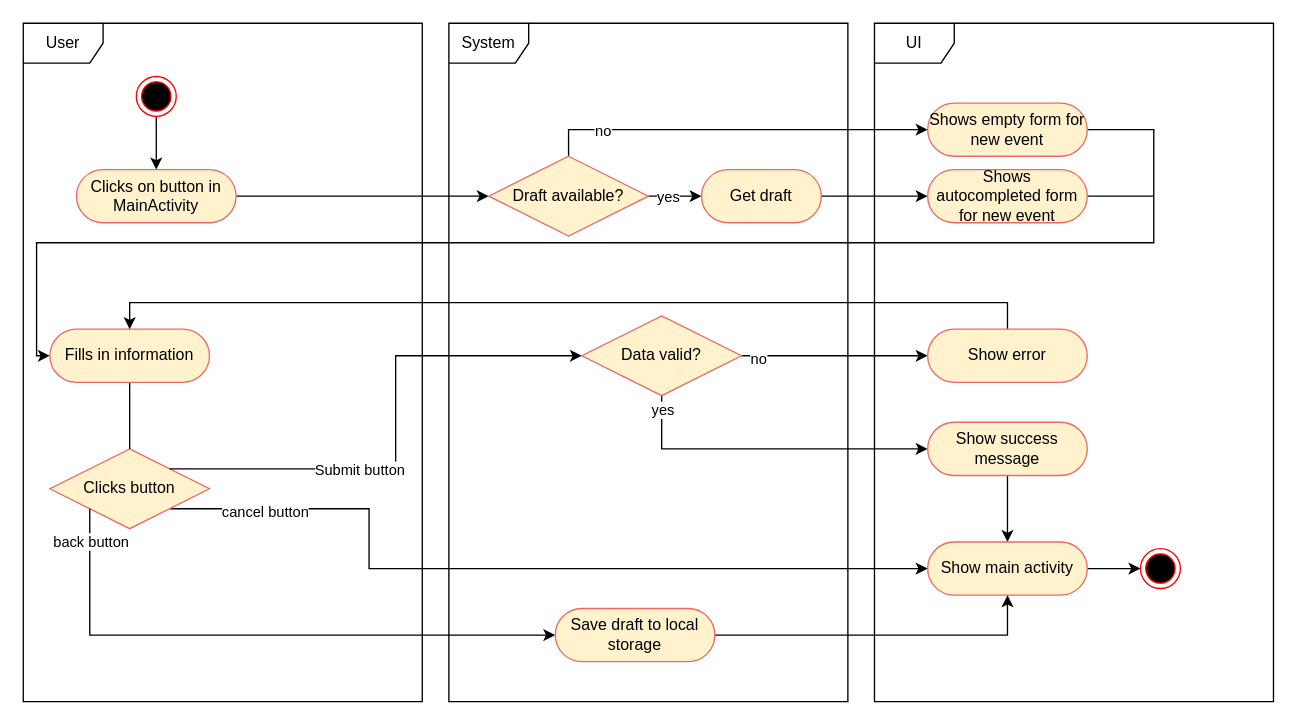
Earlier version of the draw.io diagram UCS/Create Event.drawio (Honrix/PlandoraDocumentation). Source tidied: cells renumbered, new cells numbered last; positions are measured from the earlier drawing's top-left corner, leaving out a move shared by most shapes. Both pictures are drawn from the tidied source at 133%, with x=0, y=0 at pixel (23, 23).
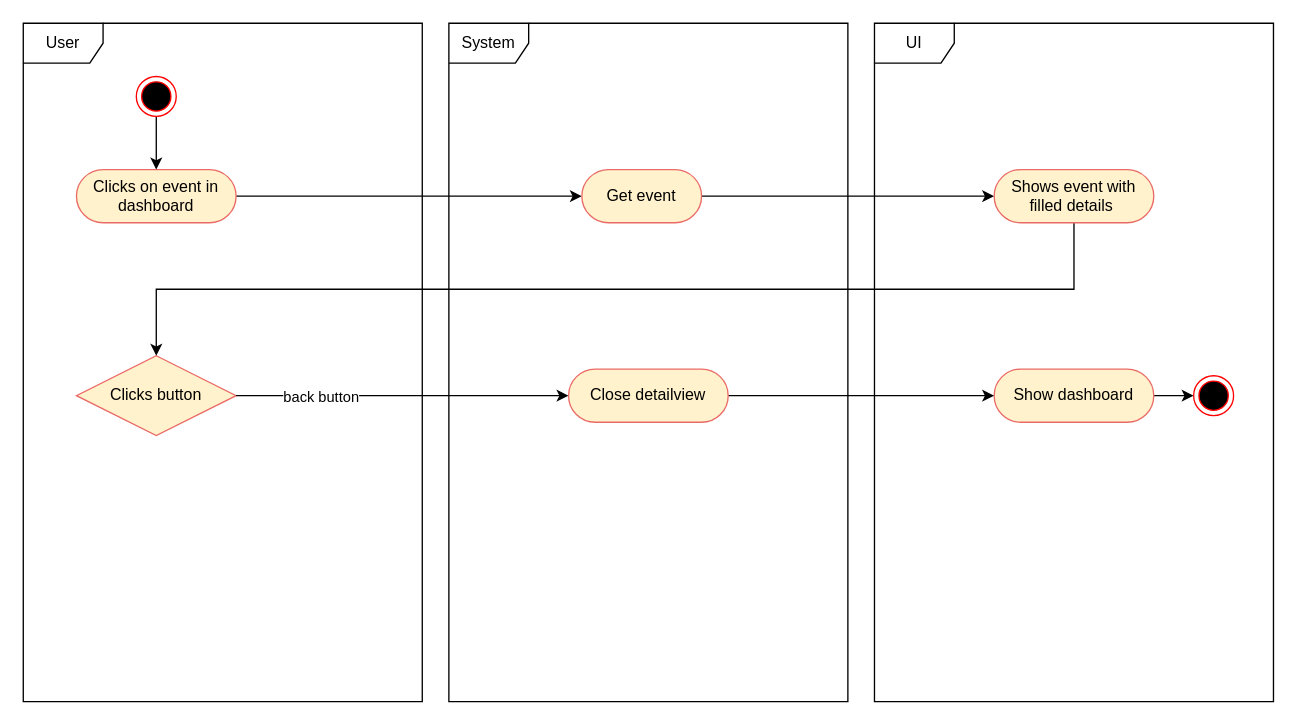
The same diagram, later.

Commit message:
Show Event Details.drawio

Change to the diagram source:
```diff
@@
-    <mxCell id="3" style="edgeStyle=orthogonalEdgeStyle;rounded=0;jettySize=auto;html=1;exitX=1;exitY=1;exitDx=0;exitDy=0;entryX=0;entryY=0.5;entryDx=0;entryDy=0;" parent="1" edge="1" source="5" target="37">
-      <mxGeometry relative="1" as="geometry">
-        <Array as="points">
-          <mxPoint x="260" y="410" />
-        </Array>
-      </mxGeometry>
-    </mxCell>
-    <mxCell id="4" value="cancel button" style="edgeLabel;html=1;align=center;verticalAlign=middle;" parent="3" vertex="1">
-      <mxGeometry x="-0.88" y="-2" relative="1" as="geometry">
-        <mxPoint x="34" as="offset" />
-      </mxGeometry>
-    </mxCell>
     <mxCell id="5" value="Clicks button" style="shape=rhombus;perimeter=rhombusPerimeter;whiteSpace=wrap;html=1;align=center;rounded=0;fillColor=#fff2cc;strokeColor=#EA6B66;" parent="1" vertex="1">
-      <mxGeometry x="20" y="320" width="120" height="60" as="geometry" />
+      <mxGeometry x="40" y="250" width="120" height="60" as="geometry" />
     </mxCell>
@@
-    <mxCell id="7" style="edgeStyle=orthogonalEdgeStyle;rounded=0;jettySize=auto;html=1;entryX=0;entryY=0.5;entryDx=0;entryDy=0;" parent="1" edge="1" source="8" target="18">
+    <mxCell id="7" style="edgeStyle=orthogonalEdgeStyle;rounded=0;jettySize=auto;html=1;entryX=0;entryY=0.5;entryDx=0;entryDy=0;" parent="1" edge="1" source="8" target="20">
       <mxGeometry relative="1" as="geometry" />
     </mxCell>
-    <mxCell id="8" value="Clicks on button in MainActivity" style="rounded=1;whiteSpace=wrap;html=1;arcSize=50;fillColor=#fff2cc;strokeColor=#EA6B66;" parent="1" vertex="1">
+    <mxCell id="8" value="Clicks on event in dashboard" style="rounded=1;whiteSpace=wrap;html=1;arcSize=50;fillColor=#fff2cc;strokeColor=#EA6B66;" parent="1" vertex="1">
       <mxGeometry x="40" y="110" width="120" height="40" as="geometry" />
     </mxCell>
@@
-    <mxCell id="12" style="rounded=0;jettySize=auto;html=1;entryX=0;entryY=0.5;entryDx=0;entryDy=0;exitX=1;exitY=0.5;exitDx=0;exitDy=0;edgeStyle=orthogonalEdgeStyle;" parent="1" edge="1" source="13" target="26">
-      <mxGeometry relative="1" as="geometry">
-        <Array as="points">
-          <mxPoint x="850" y="80" />
-          <mxPoint x="850" y="165" />
-          <mxPoint x="10" y="165" />
-          <mxPoint x="10" y="250" />
-        </Array>
-      </mxGeometry>
-    </mxCell>
-    <mxCell id="13" value="Shows empty form for new event" style="rounded=1;whiteSpace=wrap;html=1;arcSize=50;fillColor=#fff2cc;strokeColor=#EA6B66;" parent="1" vertex="1">
-      <mxGeometry x="680" y="60" width="120" height="40" as="geometry" />
-    </mxCell>
-    <mxCell id="14" style="edgeStyle=orthogonalEdgeStyle;rounded=0;jettySize=auto;html=1;exitX=0.5;exitY=0;exitDx=0;exitDy=0;" parent="1" edge="1" source="18" target="13">
-      <mxGeometry relative="1" as="geometry" />
-    </mxCell>
-    <mxCell id="15" value="no" style="edgeLabel;html=1;align=center;verticalAlign=middle;" parent="14" vertex="1">
-      <mxGeometry x="-0.32" y="1" relative="1" as="geometry">
-        <mxPoint x="-54" y="1" as="offset" />
-      </mxGeometry>
-    </mxCell>
-    <mxCell id="16" style="edgeStyle=orthogonalEdgeStyle;rounded=0;jettySize=auto;html=1;" parent="1" edge="1" source="18" target="20">
-      <mxGeometry relative="1" as="geometry" />
-    </mxCell>
-    <mxCell id="17" value="&lt;div&gt;yes&lt;/div&gt;" style="edgeLabel;html=1;align=center;verticalAlign=middle;" parent="16" vertex="1">
-      <mxGeometry x="-0.4" y="-17" relative="1" as="geometry">
-        <mxPoint x="2" y="-17" as="offset" />
-      </mxGeometry>
-    </mxCell>
-    <mxCell id="18" value="Draft available?" style="shape=rhombus;perimeter=rhombusPerimeter;whiteSpace=wrap;html=1;align=center;rounded=0;fillColor=#fff2cc;strokeColor=#EA6B66;" parent="1" vertex="1">
-      <mxGeometry x="350" y="100" width="120" height="60" as="geometry" />
-    </mxCell>
@@
-    <mxCell id="20" value="Get draft" style="rounded=1;whiteSpace=wrap;html=1;arcSize=50;fillColor=#fff2cc;strokeColor=#EA6B66;" parent="1" vertex="1">
-      <mxGeometry x="510" y="110" width="90" height="40" as="geometry" />
+    <mxCell id="20" value="Get event" style="rounded=1;whiteSpace=wrap;html=1;arcSize=50;fillColor=#fff2cc;strokeColor=#EA6B66;" parent="1" vertex="1">
+      <mxGeometry x="420" y="110" width="90" height="40" as="geometry" />
     </mxCell>
-    <mxCell id="21" style="edgeStyle=orthogonalEdgeStyle;rounded=0;jettySize=auto;html=1;endArrow=none;endFill=0;" parent="1" edge="1" source="22">
-      <mxGeometry relative="1" as="geometry">
-        <mxPoint x="850" y="130" as="targetPoint" />
-      </mxGeometry>
-    </mxCell>
+    <mxCell id="43" style="edgeStyle=orthogonalEdgeStyle;rounded=0;jettySize=auto;html=1;" parent="1" edge="1" source="22" target="5">
+      <mxGeometry relative="1" as="geometry">
+        <Array as="points">
+          <mxPoint x="790" y="200" />
+          <mxPoint x="100" y="200" />
+        </Array>
+      </mxGeometry>
+    </mxCell>
-    <mxCell id="22" value="Shows autocompleted form for new event " style="rounded=1;whiteSpace=wrap;html=1;arcSize=50;fillColor=#fff2cc;strokeColor=#EA6B66;" parent="1" vertex="1">
-      <mxGeometry x="680" y="110" width="120" height="40" as="geometry" />
+    <mxCell id="22" value="Shows event with filled details&amp;nbsp;" style="rounded=1;whiteSpace=wrap;html=1;arcSize=50;fillColor=#fff2cc;strokeColor=#EA6B66;" parent="1" vertex="1">
+      <mxGeometry x="730" y="110" width="120" height="40" as="geometry" />
     </mxCell>
-    <mxCell id="23" style="edgeStyle=orthogonalEdgeStyle;rounded=0;jettySize=auto;html=1;entryX=0;entryY=0.5;entryDx=0;entryDy=0;exitX=1;exitY=0;exitDx=0;exitDy=0;" parent="1" edge="1" source="5" target="31">
-      <mxGeometry relative="1" as="geometry">
-        <Array as="points">
-          <mxPoint x="280" y="335" />
-          <mxPoint x="280" y="250" />
-        </Array>
-      </mxGeometry>
-    </mxCell>
-    <mxCell id="24" value="Submit button" style="edgeLabel;html=1;align=center;verticalAlign=middle;" parent="23" vertex="1">
-      <mxGeometry x="-0.23" y="-2" relative="1" as="geometry">
-        <mxPoint x="-10" y="-2" as="offset" />
-      </mxGeometry>
-    </mxCell>
-    <mxCell id="25" style="edgeStyle=orthogonalEdgeStyle;rounded=0;jettySize=auto;html=1;endArrow=none;endFill=0;" parent="1" edge="1" source="26" target="5">
-      <mxGeometry relative="1" as="geometry" />
-    </mxCell>
-    <mxCell id="26" value="Fills in information" style="rounded=1;whiteSpace=wrap;html=1;arcSize=50;fillColor=#fff2cc;strokeColor=#EA6B66;" parent="1" vertex="1">
-      <mxGeometry x="20" y="230" width="120" height="40" as="geometry" />
-    </mxCell>
-    <mxCell id="27" style="edgeStyle=orthogonalEdgeStyle;rounded=0;jettySize=auto;html=1;entryX=0;entryY=0.5;entryDx=0;entryDy=0;" parent="1" edge="1" source="31" target="33">
-      <mxGeometry relative="1" as="geometry" />
-    </mxCell>
-    <mxCell id="28" value="no" style="edgeLabel;html=1;align=center;verticalAlign=middle;" parent="27" vertex="1">
-      <mxGeometry x="-0.83" y="-2" relative="1" as="geometry" />
-    </mxCell>
-    <mxCell id="29" style="edgeStyle=orthogonalEdgeStyle;rounded=0;jettySize=auto;html=1;entryX=0;entryY=0.5;entryDx=0;entryDy=0;" parent="1" edge="1" source="31" target="35">
-      <mxGeometry relative="1" as="geometry">
-        <Array as="points">
-          <mxPoint x="480" y="320" />
-        </Array>
-      </mxGeometry>
-    </mxCell>
-    <mxCell id="30" value="yes" style="edgeLabel;html=1;align=center;verticalAlign=middle;" parent="29" vertex="1">
-      <mxGeometry x="-0.36" y="-4" relative="1" as="geometry">
-        <mxPoint x="-37" y="-34" as="offset" />
-      </mxGeometry>
-    </mxCell>
-    <mxCell id="31" value="Data valid?" style="shape=rhombus;perimeter=rhombusPerimeter;whiteSpace=wrap;html=1;align=center;rounded=0;fillColor=#fff2cc;strokeColor=#EA6B66;" parent="1" vertex="1">
-      <mxGeometry x="420" y="220" width="120" height="60" as="geometry" />
-    </mxCell>
-    <mxCell id="32" style="edgeStyle=orthogonalEdgeStyle;rounded=0;jettySize=auto;html=1;entryX=0.5;entryY=0;entryDx=0;entryDy=0;" parent="1" edge="1" source="33" target="26">
-      <mxGeometry relative="1" as="geometry">
-        <Array as="points">
-          <mxPoint x="740" y="210" />
-          <mxPoint x="80" y="210" />
-        </Array>
-      </mxGeometry>
-    </mxCell>
-    <mxCell id="33" value="Show error" style="rounded=1;whiteSpace=wrap;html=1;arcSize=50;fillColor=#fff2cc;strokeColor=#EA6B66;" parent="1" vertex="1">
-      <mxGeometry x="680" y="230" width="120" height="40" as="geometry" />
-    </mxCell>
-    <mxCell id="34" style="edgeStyle=orthogonalEdgeStyle;rounded=0;jettySize=auto;html=1;entryX=0.5;entryY=0;entryDx=0;entryDy=0;" parent="1" edge="1" source="35" target="37">
-      <mxGeometry relative="1" as="geometry" />
-    </mxCell>
-    <mxCell id="35" value="Show success message" style="rounded=1;whiteSpace=wrap;html=1;arcSize=50;fillColor=#fff2cc;strokeColor=#EA6B66;" parent="1" vertex="1">
-      <mxGeometry x="680" y="300" width="120" height="40" as="geometry" />
-    </mxCell>
@@
-    <mxCell id="37" value="Show main activity" style="rounded=1;whiteSpace=wrap;html=1;arcSize=50;fillColor=#fff2cc;strokeColor=#EA6B66;" parent="1" vertex="1">
-      <mxGeometry x="680" y="390" width="120" height="40" as="geometry" />
+    <mxCell id="37" value="Show dashboard" style="rounded=1;whiteSpace=wrap;html=1;arcSize=50;fillColor=#fff2cc;strokeColor=#EA6B66;" parent="1" vertex="1">
+      <mxGeometry x="730" y="260" width="120" height="40" as="geometry" />
     </mxCell>
-    <mxCell id="38" style="edgeStyle=orthogonalEdgeStyle;rounded=0;jettySize=auto;html=1;entryX=0;entryY=0.5;entryDx=0;entryDy=0;exitX=0;exitY=1;exitDx=0;exitDy=0;" parent="1" edge="1" source="5" target="41">
-      <mxGeometry relative="1" as="geometry">
-        <Array as="points">
-          <mxPoint x="50" y="460" />
-        </Array>
-      </mxGeometry>
+    <mxCell id="38" style="edgeStyle=orthogonalEdgeStyle;rounded=0;jettySize=auto;html=1;entryX=0;entryY=0.5;entryDx=0;entryDy=0;exitX=1;exitY=0.5;exitDx=0;exitDy=0;" parent="1" edge="1" source="5" target="41">
+      <mxGeometry relative="1" as="geometry" />
     </mxCell>
     <mxCell id="39" value="back button" style="edgeLabel;html=1;align=center;verticalAlign=middle;" parent="38" vertex="1">
-      <mxGeometry x="-0.89" relative="1" as="geometry" />
+      <mxGeometry x="-0.89" relative="1" as="geometry">
+        <mxPoint x="49" as="offset" />
+      </mxGeometry>
     </mxCell>
-    <mxCell id="40" style="edgeStyle=orthogonalEdgeStyle;rounded=0;jettySize=auto;html=1;entryX=0.5;entryY=1;entryDx=0;entryDy=0;" parent="1" edge="1" source="41" target="37">
+    <mxCell id="40" style="edgeStyle=orthogonalEdgeStyle;rounded=0;jettySize=auto;html=1;" parent="1" edge="1" source="41" target="37">
       <mxGeometry relative="1" as="geometry" />
     </mxCell>
-    <mxCell id="41" value="Save draft to local storage" style="rounded=1;whiteSpace=wrap;html=1;arcSize=50;fillColor=#fff2cc;strokeColor=#EA6B66;" parent="1" vertex="1">
-      <mxGeometry x="400" y="440" width="120" height="40" as="geometry" />
+    <mxCell id="41" value="Close detailview" style="rounded=1;whiteSpace=wrap;html=1;arcSize=50;fillColor=#fff2cc;strokeColor=#EA6B66;" parent="1" vertex="1">
+      <mxGeometry x="410" y="260" width="120" height="40" as="geometry" />
     </mxCell>
     <mxCell id="42" style="ellipse;html=1;shape=endState;fillColor=#000000;strokeColor=#ff0000;rounded=1;" parent="1" vertex="1">
-      <mxGeometry x="840" y="395" width="30" height="30" as="geometry" />
+      <mxGeometry x="880" y="265" width="30" height="30" as="geometry" />
     </mxCell>
```
